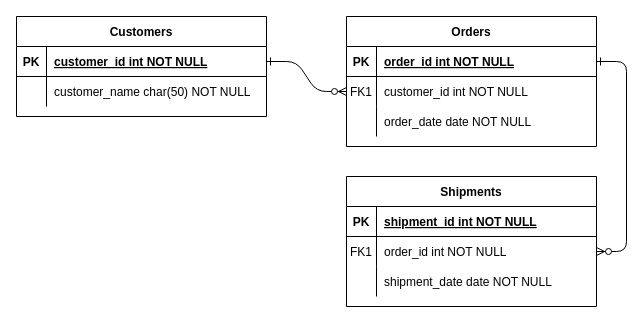
Earlier version of the draw.io diagram Untitled Diagram.drawio (iju1633/uostime_springboot). Source tidied: cells renumbered, new cells numbered last; positions are measured from the earlier drawing's top-left corner, leaving out a move shared by most shapes. Both pictures are drawn from the tidied source at 100%, with x=0, y=0 at pixel (16, 16).
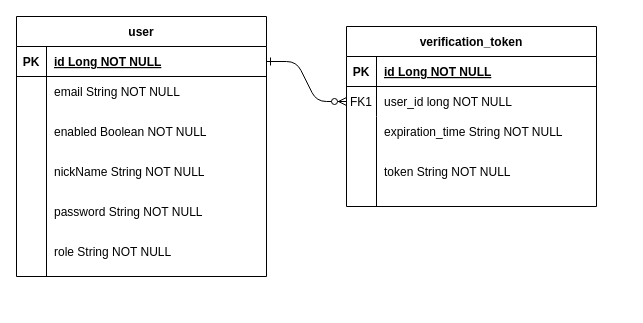
After the change.

Unchanged cells that the change refers to:
```xml
<mxCell id="5" style="shape=partialRectangle;fillColor=none;points=[[0,0.5],[1,0.5]];portConstraint=eastwest;top=0;left=0;right=0;bottom=1;" parent="4" vertex="1">
  <mxGeometry y="30" width="250" height="30" as="geometry" />
</mxCell>
<mxCell id="8" style="shape=partialRectangle;fillColor=none;points=[[0,0.5],[1,0.5]];portConstraint=eastwest;top=0;left=0;right=0;bottom=0;" parent="4" vertex="1">
  <mxGeometry y="60" width="250" height="30" as="geometry" />
</mxCell>
<mxCell id="11" style="shape=partialRectangle;fillColor=none;top=0;left=0;right=0;bottom=0;" parent="4" vertex="1">
  <mxGeometry y="90" width="250" height="30" as="geometry" />
</mxCell>
<mxCell id="25" style="shape=partialRectangle;fillColor=none;points=[[0,0.5],[1,0.5]];portConstraint=eastwest;top=0;left=0;right=0;bottom=1;" parent="24" vertex="1">
  <mxGeometry y="30" width="250" height="30" as="geometry" />
</mxCell>
<mxCell id="28" style="shape=partialRectangle;fillColor=none;points=[[0,0.5],[1,0.5]];portConstraint=eastwest;top=0;left=0;right=0;bottom=0;" parent="24" vertex="1">
  <mxGeometry y="60" width="250" height="30" as="geometry" />
</mxCell>
```

The edit, as a diff of the source:
```diff
@@
-    <mxCell id="2" style="edgeStyle=entityRelationEdgeStyle;endArrow=ERzeroToMany;startArrow=ERone;endFill=1;startFill=0;" parent="1" edge="1" source="25" target="8">
+    <mxCell id="2" style="edgeStyle=entityRelationEdgeStyle;endArrow=ERzeroToMany;startArrow=ERone;endFill=1;startFill=0;entryX=0;entryY=0.5;entryDx=0;entryDy=0;" parent="1" edge="1" source="25" target="8">
       <mxGeometry relative="1" as="geometry" />
     </mxCell>
-    <mxCell id="3" style="edgeStyle=entityRelationEdgeStyle;endArrow=ERzeroToMany;startArrow=ERone;endFill=1;startFill=0;" parent="1" edge="1" source="5" target="18">
-      <mxGeometry relative="1" as="geometry" />
-    </mxCell>
-    <mxCell id="4" value="Orders" style="shape=table;startSize=30;childLayout=tableLayout;rowLines=0;fontStyle=1;align=center;" parent="1" vertex="1">
-      <mxGeometry x="330" width="250" height="130" as="geometry" />
+    <mxCell id="4" value="verification_token" style="shape=table;startSize=30;childLayout=tableLayout;rowLines=0;fontStyle=1;align=center;" parent="1" vertex="1">
+      <mxGeometry x="330" y="10" width="250" height="180" as="geometry" />
     </mxCell>
@@
-    <mxCell id="7" value="order_id int NOT NULL " style="shape=partialRectangle;overflow=hidden;fillColor=none;top=0;left=0;bottom=0;right=0;align=left;spacingLeft=6;fontStyle=5;" parent="5" vertex="1">
+    <mxCell id="7" value="id Long NOT NULL " style="shape=partialRectangle;overflow=hidden;fillColor=none;top=0;left=0;bottom=0;right=0;align=left;spacingLeft=6;fontStyle=5;" parent="5" vertex="1">
       <mxGeometry x="30" width="220" height="30" as="geometry" />
     </mxCell>
@@
-    <mxCell id="10" value="customer_id int NOT NULL" style="shape=partialRectangle;overflow=hidden;fillColor=none;top=0;left=0;bottom=0;right=0;align=left;spacingLeft=6;" parent="8" vertex="1">
+    <mxCell id="10" value="user_id long NOT NULL" style="shape=partialRectangle;overflow=hidden;fillColor=none;top=0;left=0;bottom=0;right=0;align=left;spacingLeft=6;" parent="8" vertex="1">
       <mxGeometry x="30" width="220" height="30" as="geometry" />
     </mxCell>
@@
-    <mxCell id="13" value="order_date date NOT NULL" style="shape=partialRectangle;overflow=hidden;fillColor=none;top=0;left=0;bottom=0;right=0;align=left;spacingLeft=6;" parent="11" vertex="1">
+    <mxCell id="13" value="expiration_time String NOT NULL" style="shape=partialRectangle;overflow=hidden;fillColor=none;top=0;left=0;bottom=0;right=0;align=left;spacingLeft=6;" parent="11" vertex="1">
       <mxGeometry x="30" width="220" height="30" as="geometry" />
     </mxCell>
-    <mxCell id="14" value="Shipments" style="shape=table;startSize=30;childLayout=tableLayout;rowLines=0;fontStyle=1;align=center;" parent="1" vertex="1">
-      <mxGeometry x="330" y="160" width="250" height="130" as="geometry" />
-    </mxCell>
-    <mxCell id="15" style="shape=partialRectangle;fillColor=none;top=0;left=0;right=0;bottom=1;" parent="14" vertex="1">
-      <mxGeometry y="30" width="250" height="30" as="geometry" />
-    </mxCell>
-    <mxCell id="16" value="PK" style="shape=partialRectangle;overflow=hidden;fillColor=none;top=0;left=0;bottom=0;right=0;fontStyle=1;" parent="15" vertex="1">
-      <mxGeometry width="30" height="30" as="geometry" />
-    </mxCell>
-    <mxCell id="17" value="shipment_id int NOT NULL " style="shape=partialRectangle;overflow=hidden;fillColor=none;top=0;left=0;bottom=0;right=0;align=left;spacingLeft=6;fontStyle=5;" parent="15" vertex="1">
-      <mxGeometry x="30" width="220" height="30" as="geometry" />
-    </mxCell>
-    <mxCell id="18" style="shape=partialRectangle;fillColor=none;points=[[0,0.5],[1,0.5]];portConstraint=eastwest;top=0;left=0;right=0;bottom=0;" parent="14" vertex="1">
-      <mxGeometry y="60" width="250" height="30" as="geometry" />
-    </mxCell>
-    <mxCell id="19" value="FK1" style="shape=partialRectangle;overflow=hidden;fillColor=none;top=0;left=0;bottom=0;right=0;" parent="18" vertex="1">
-      <mxGeometry width="30" height="30" as="geometry" />
-    </mxCell>
-    <mxCell id="20" value="order_id int NOT NULL" style="shape=partialRectangle;overflow=hidden;fillColor=none;top=0;left=0;bottom=0;right=0;align=left;spacingLeft=6;" parent="18" vertex="1">
-      <mxGeometry x="30" width="220" height="30" as="geometry" />
-    </mxCell>
-    <mxCell id="21" style="shape=partialRectangle;fillColor=none;top=0;left=0;right=0;bottom=0;" parent="14" vertex="1">
-      <mxGeometry y="90" width="250" height="30" as="geometry" />
-    </mxCell>
-    <mxCell id="22" style="shape=partialRectangle;overflow=hidden;fillColor=none;top=0;left=0;bottom=0;right=0;" parent="21" vertex="1">
-      <mxGeometry width="30" height="30" as="geometry" />
-    </mxCell>
-    <mxCell id="23" value="shipment_date date NOT NULL" style="shape=partialRectangle;overflow=hidden;fillColor=none;top=0;left=0;bottom=0;right=0;align=left;spacingLeft=6;" parent="21" vertex="1">
-      <mxGeometry x="30" width="220" height="30" as="geometry" />
-    </mxCell>
-    <mxCell id="24" value="Customers" style="shape=table;startSize=30;childLayout=tableLayout;rowLines=0;fontStyle=1;align=center;" parent="1" vertex="1">
-      <mxGeometry width="250" height="100" as="geometry" />
+    <mxCell id="24" value="user" style="shape=table;startSize=30;childLayout=tableLayout;rowLines=0;fontStyle=1;align=center;" parent="1" vertex="1">
+      <mxGeometry width="250" height="260" as="geometry" />
     </mxCell>
@@
-    <mxCell id="27" value="customer_id int NOT NULL " style="shape=partialRectangle;overflow=hidden;fillColor=none;top=0;left=0;bottom=0;right=0;align=left;spacingLeft=6;fontStyle=5;" parent="25" vertex="1">
+    <mxCell id="27" value="id Long NOT NULL " style="shape=partialRectangle;overflow=hidden;fillColor=none;top=0;left=0;bottom=0;right=0;align=left;spacingLeft=6;fontStyle=5;" parent="25" vertex="1">
       <mxGeometry x="30" width="220" height="30" as="geometry" />
     </mxCell>
@@
-    <mxCell id="30" value="customer_name char(50) NOT NULL" style="shape=partialRectangle;overflow=hidden;fillColor=none;top=0;left=0;bottom=0;right=0;align=left;spacingLeft=6;" parent="28" vertex="1">
+    <mxCell id="30" value="email String NOT NULL" style="shape=partialRectangle;overflow=hidden;fillColor=none;top=0;left=0;bottom=0;right=0;align=left;spacingLeft=6;" parent="28" vertex="1">
       <mxGeometry x="30" width="220" height="30" as="geometry" />
     </mxCell>
+    <mxCell id="31" style="shape=partialRectangle;fillColor=none;top=0;left=0;right=0;bottom=0;" parent="1" vertex="1">
+      <mxGeometry y="100" width="250" height="30" as="geometry" />
+    </mxCell>
+    <mxCell id="22" style="shape=partialRectangle;overflow=hidden;fillColor=none;top=0;left=0;bottom=0;right=0;" parent="31" vertex="1">
+      <mxGeometry width="30" height="30" as="geometry" />
+    </mxCell>
+    <mxCell id="32" value="enabled Boolean NOT NULL" style="shape=partialRectangle;overflow=hidden;fillColor=none;top=0;left=0;bottom=0;right=0;align=left;spacingLeft=6;" parent="31" vertex="1">
+      <mxGeometry x="30" width="220" height="30" as="geometry" />
+    </mxCell>
+    <mxCell id="33" value="nickName String NOT NULL" style="shape=partialRectangle;overflow=hidden;fillColor=none;top=0;left=0;bottom=0;right=0;align=left;spacingLeft=6;" parent="1" vertex="1">
+      <mxGeometry x="30" y="140" width="220" height="30" as="geometry" />
+    </mxCell>
+    <mxCell id="34" style="endArrow=none;html=1;rounded=0;entryX=0.12;entryY=0.967;entryDx=0;entryDy=0;entryPerimeter=0;" parent="1" edge="1" target="28">
+      <mxGeometry relative="1" as="geometry">
+        <mxPoint x="30" y="260" as="sourcePoint" />
+      </mxGeometry>
+    </mxCell>
+    <mxCell id="35" value="password String NOT NULL" style="shape=partialRectangle;overflow=hidden;fillColor=none;top=0;left=0;bottom=0;right=0;align=left;spacingLeft=6;" parent="1" vertex="1">
+      <mxGeometry x="30" y="180" width="220" height="30" as="geometry" />
+    </mxCell>
+    <mxCell id="36" value="role String NOT NULL" style="shape=partialRectangle;overflow=hidden;fillColor=none;top=0;left=0;bottom=0;right=0;align=left;spacingLeft=6;" parent="1" vertex="1">
+      <mxGeometry x="30" y="220" width="220" height="30" as="geometry" />
+    </mxCell>
+    <mxCell id="37" style="endArrow=none;html=1;rounded=0;" parent="1" edge="1">
+      <mxGeometry relative="1" as="geometry">
+        <mxPoint x="360" y="190" as="sourcePoint" />
+        <mxPoint x="360" y="120" as="targetPoint" />
+      </mxGeometry>
+    </mxCell>
+    <mxCell id="38" value="token String NOT NULL" style="shape=partialRectangle;overflow=hidden;fillColor=none;top=0;left=0;bottom=0;right=0;align=left;spacingLeft=6;" parent="1" vertex="1">
+      <mxGeometry x="360" y="140" width="220" height="30" as="geometry" />
+    </mxCell>
```
